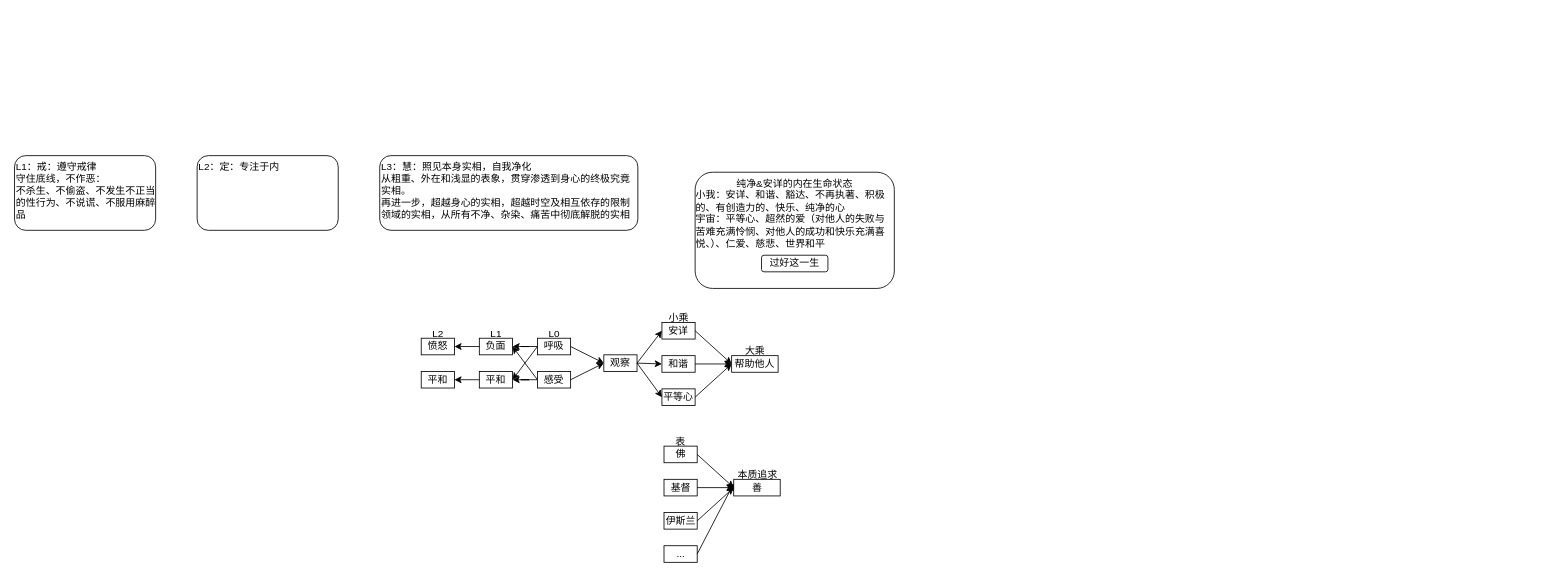
Above: 未命名绘图.drawio in 2sky-git/drawio (draw.io), before the change. Source tidied: cells renumbered, new cells numbered last; positions are measured from the earlier drawing's top-left corner, leaving out a move shared by most shapes. Both pictures are drawn from the tidied source at 83%, with x=0, y=0 at pixel (14, 155).
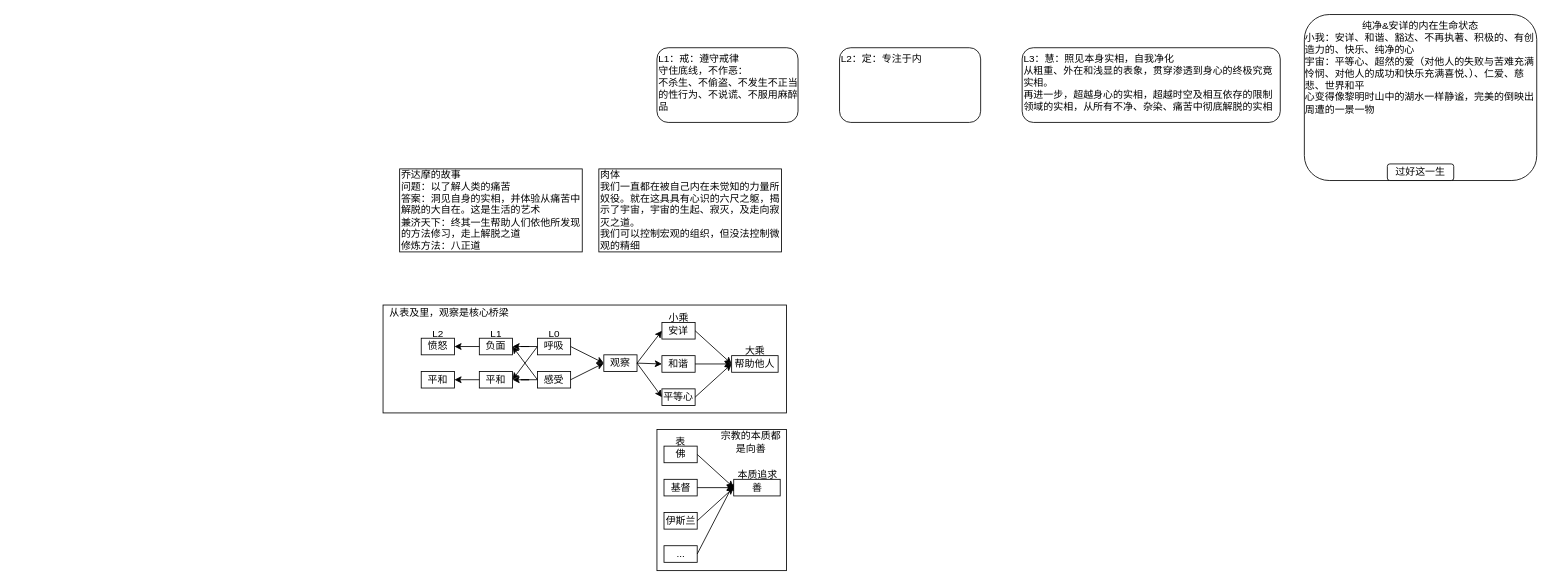
The same diagram, later.

Commit message:
第一章完成

What changed in the source:
```diff
@@
+    <mxCell id="48" style="rounded=0;whiteSpace=wrap;html=1;" parent="1" vertex="1">
+      <mxGeometry x="444" y="180" width="486" height="130" as="geometry" />
+    </mxCell>
@@
-    <mxCell id="32" value="&lt;div&gt;纯净&amp;amp;安详的内在生命状态&lt;/div&gt;&lt;div style=&quot;text-align: left;&quot;&gt;&lt;span style=&quot;background-color: initial;&quot;&gt;小我：安详、和谐、&lt;/span&gt;&lt;span style=&quot;background-color: initial;&quot;&gt;豁达、不再执著、积极的、有创造力的、快乐、纯净的心&lt;/span&gt;&lt;/div&gt;&lt;div style=&quot;text-align: left;&quot;&gt;宇宙：平等心、超然的爱（对他人的失败与苦难充满怜悯、对他人的成功和快乐充满喜悦、）、仁爱、慈悲、世界和平&lt;span style=&quot;background-color: initial;&quot;&gt;&lt;br&gt;&lt;/span&gt;&lt;/div&gt;" style="rounded=1;whiteSpace=wrap;html=1;verticalAlign=top;" parent="1" vertex="1">
-      <mxGeometry x="820" y="20" width="240" height="140" as="geometry" />
+    <mxCell id="32" value="&lt;div&gt;纯净&amp;amp;安详的内在生命状态&lt;/div&gt;&lt;div style=&quot;text-align: left;&quot;&gt;&lt;span style=&quot;background-color: initial;&quot;&gt;小我：安详、和谐、&lt;/span&gt;&lt;span style=&quot;background-color: initial;&quot;&gt;豁达、不再执著、积极的、有创造力的、快乐、纯净的心&lt;/span&gt;&lt;/div&gt;&lt;div style=&quot;text-align: left;&quot;&gt;宇宙：平等心、超然的爱（对他人的失败与苦难充满怜悯、对他人的成功和快乐充满喜悦、）、仁爱、慈悲、世界和平&lt;span style=&quot;background-color: initial;&quot;&gt;&lt;br&gt;&lt;/span&gt;&lt;/div&gt;&lt;div style=&quot;text-align: left;&quot;&gt;心变得像黎明时山中的湖水一样静谧，完美的倒映出周遭的一景一物&lt;/div&gt;" style="rounded=1;whiteSpace=wrap;html=1;verticalAlign=top;" parent="1" vertex="1">
+      <mxGeometry x="1554" y="-170" width="280" height="200" as="geometry" />
     </mxCell>
     <mxCell id="33" value="过好这一生" style="rounded=1;whiteSpace=wrap;html=1;" parent="1" vertex="1">
-      <mxGeometry x="900" y="120" width="80" height="20" as="geometry" />
+      <mxGeometry x="1654" y="10" width="80" height="20" as="geometry" />
     </mxCell>
     <mxCell id="34" value="L1：戒：遵守戒律&lt;div&gt;守住底线，不作恶：&lt;/div&gt;&lt;div&gt;不杀生、不偷盗、不发生不正当的性行为、不说谎、不服用麻醉品&lt;/div&gt;&lt;div&gt;&lt;br&gt;&lt;div&gt;&lt;br&gt;&lt;/div&gt;&lt;/div&gt;" style="rounded=1;whiteSpace=wrap;html=1;verticalAlign=top;align=left;" parent="1" vertex="1">
-      <mxGeometry width="170" height="90" as="geometry" />
+      <mxGeometry x="774" y="-130" width="170" height="90" as="geometry" />
     </mxCell>
     <mxCell id="35" value="L2：定：专注于内&lt;div&gt;&lt;div&gt;&lt;br&gt;&lt;/div&gt;&lt;/div&gt;" style="rounded=1;whiteSpace=wrap;html=1;verticalAlign=top;align=left;" parent="1" vertex="1">
-      <mxGeometry x="220" width="170" height="90" as="geometry" />
+      <mxGeometry x="994" y="-130" width="170" height="90" as="geometry" />
     </mxCell>
     <mxCell id="36" value="L3：慧：照见本身实相，自我净化&lt;span style=&quot;white-space: pre;&quot;&gt;&#9;&lt;/span&gt;&lt;div&gt;从粗重、外在和浅显的表象，贯穿渗透到身心的终极究竟实相。&lt;/div&gt;&lt;div&gt;再进一步，超越身心的实相，超越时空及相互依存的限制领域的实相，从所有不净、杂染、痛苦中彻底解脱的实相&lt;br&gt;&lt;div&gt;&lt;br&gt;&lt;div&gt;&lt;div&gt;&lt;br&gt;&lt;/div&gt;&lt;/div&gt;&lt;/div&gt;&lt;/div&gt;" style="rounded=1;whiteSpace=wrap;html=1;verticalAlign=top;align=left;" parent="1" vertex="1">
-      <mxGeometry x="440" width="311" height="90" as="geometry" />
+      <mxGeometry x="1214" y="-130" width="311" height="90" as="geometry" />
     </mxCell>
+    <mxCell id="49" style="rounded=0;whiteSpace=wrap;html=1;" parent="1" vertex="1">
+      <mxGeometry x="774" y="330" width="156" height="170" as="geometry" />
+    </mxCell>
@@
+    <mxCell id="50" value="&lt;div&gt;乔达摩的故事&lt;/div&gt;&lt;div&gt;问题：以了解人类的痛苦&lt;/div&gt;&lt;div&gt;答案：洞见自身的实相，并体验从痛苦中解脱的大自在。这是生活的艺术&lt;/div&gt;&lt;div&gt;兼济天下：终其一生帮助人们依他所发现的方法修习，走上解脱之道&lt;/div&gt;&lt;div&gt;修炼方法：八正道&lt;/div&gt;" style="rounded=0;whiteSpace=wrap;html=1;align=left;" parent="1" vertex="1">
+      <mxGeometry x="464" y="16" width="220" height="100" as="geometry" />
+    </mxCell>
+    <mxCell id="51" value="&lt;div&gt;肉体&lt;/div&gt;&lt;div&gt;我们一直都在被自己内在未觉知的力量所奴役。就在这具具有心识的六尺之躯，揭示了宇宙，宇宙的生起、寂灭，及走向寂灭之道。&lt;/div&gt;&lt;div&gt;我们可以控制宏观的组织，但没法控制微观的精细&lt;/div&gt;" style="rounded=0;whiteSpace=wrap;html=1;align=left;" parent="1" vertex="1">
+      <mxGeometry x="704" y="16" width="220" height="100" as="geometry" />
+    </mxCell>
+    <mxCell id="52" value="宗教的本质都是向善" style="text;html=1;align=center;verticalAlign=middle;whiteSpace=wrap;rounded=0;" parent="1" vertex="1">
+      <mxGeometry x="849.5" y="330" width="74.5" height="30" as="geometry" />
+    </mxCell>
+    <mxCell id="53" value="从表及里，观察是核心桥梁" style="text;html=1;align=center;verticalAlign=middle;whiteSpace=wrap;rounded=0;" parent="1" vertex="1">
+      <mxGeometry x="444" y="180" width="160" height="20" as="geometry" />
+    </mxCell>
```
